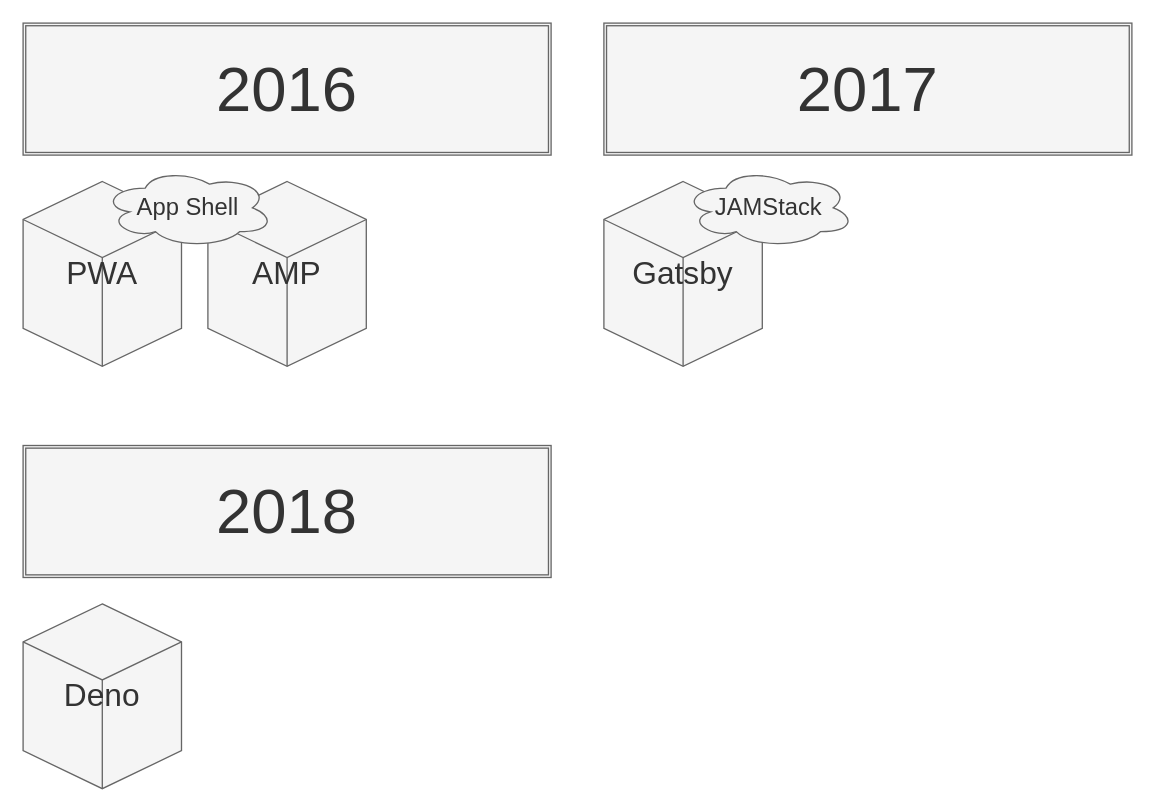
Above: assets/images/drawio/02_history_of_frontend_software_3.drawio in silverbirder/Introduction_to_Micro_Frontends (draw.io), before the change. Source tidied: cells renumbered, new cells numbered last; positions are measured from the earlier drawing's top-left corner, leaving out a move shared by most shapes. Both pictures are drawn from the tidied source at 132%, with x=0, y=0 at pixel (22, 22).
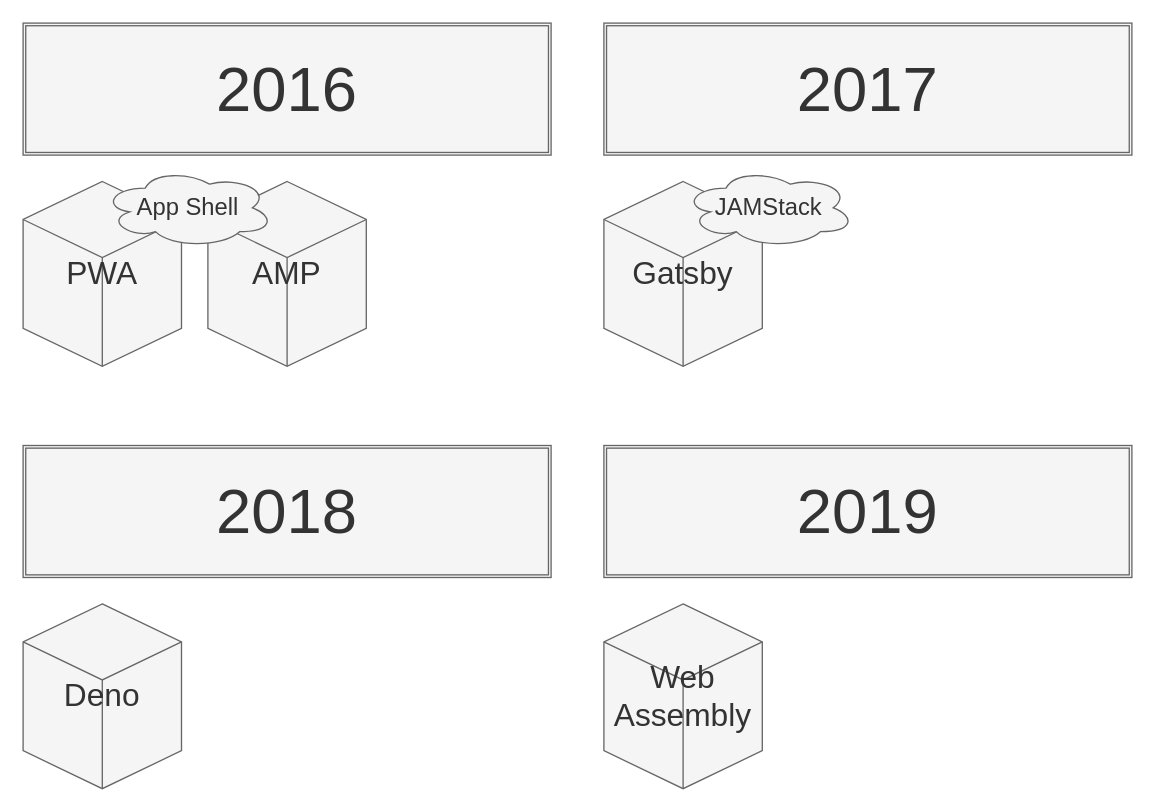
The same diagram, later.

The edit, as a diff of the source:
```diff
@@
 <mxGraphModel>
   <root>
     <mxCell id="0" />
     <mxCell id="1" parent="0" />
     <mxCell id="2" value="&lt;font style=&quot;font-size: 48px&quot;&gt;2016&lt;/font&gt;" style="shape=ext;double=1;rounded=0;whiteSpace=wrap;html=1;shadow=0;sketch=0;fillColor=#f5f5f5;strokeColor=#666666;fontColor=#333333;" parent="1" vertex="1">
       <mxGeometry width="400" height="100" as="geometry" />
     </mxCell>
     <mxCell id="3" value="&lt;font style=&quot;font-size: 24px&quot;&gt;PWA&lt;/font&gt;" style="html=1;whiteSpace=wrap;shape=isoCube2;backgroundOutline=1;isoAngle=15;shadow=0;sketch=0;fillColor=#f5f5f5;strokeColor=#666666;fontColor=#333333;" parent="1" vertex="1">
       <mxGeometry y="120" width="120" height="140" as="geometry" />
     </mxCell>
     <mxCell id="4" value="&lt;font style=&quot;font-size: 24px&quot;&gt;AMP&lt;/font&gt;" style="html=1;whiteSpace=wrap;shape=isoCube2;backgroundOutline=1;isoAngle=15;shadow=0;sketch=0;fillColor=#f5f5f5;strokeColor=#666666;fontColor=#333333;" parent="1" vertex="1">
       <mxGeometry x="140" y="120" width="120" height="140" as="geometry" />
     </mxCell>
     <mxCell id="5" value="&lt;font style=&quot;font-size: 18px&quot;&gt;App Shell&lt;/font&gt;" style="ellipse;shape=cloud;whiteSpace=wrap;html=1;shadow=0;sketch=0;fillColor=#f5f5f5;align=center;strokeColor=#666666;fontColor=#333333;" parent="1" vertex="1">
       <mxGeometry x="60" y="110" width="130" height="60" as="geometry" />
     </mxCell>
     <mxCell id="6" value="&lt;font style=&quot;font-size: 48px&quot;&gt;2017&lt;/font&gt;" style="shape=ext;double=1;rounded=0;whiteSpace=wrap;html=1;shadow=0;sketch=0;fillColor=#f5f5f5;strokeColor=#666666;fontColor=#333333;" parent="1" vertex="1">
       <mxGeometry x="440" width="400" height="100" as="geometry" />
     </mxCell>
     <mxCell id="7" value="&lt;font style=&quot;font-size: 24px&quot;&gt;Gatsby&lt;/font&gt;" style="html=1;whiteSpace=wrap;shape=isoCube2;backgroundOutline=1;isoAngle=15;shadow=0;sketch=0;fillColor=#f5f5f5;strokeColor=#666666;fontColor=#333333;" parent="1" vertex="1">
       <mxGeometry x="440" y="120" width="120" height="140" as="geometry" />
     </mxCell>
     <mxCell id="8" value="&lt;font style=&quot;font-size: 18px&quot;&gt;JAMStack&lt;/font&gt;" style="ellipse;shape=cloud;whiteSpace=wrap;html=1;shadow=0;sketch=0;fillColor=#f5f5f5;align=center;strokeColor=#666666;fontColor=#333333;" parent="1" vertex="1">
       <mxGeometry x="500" y="110" width="130" height="60" as="geometry" />
     </mxCell>
     <mxCell id="9" value="&lt;font style=&quot;font-size: 48px&quot;&gt;2018&lt;/font&gt;" style="shape=ext;double=1;rounded=0;whiteSpace=wrap;html=1;shadow=0;sketch=0;fillColor=#f5f5f5;strokeColor=#666666;fontColor=#333333;" parent="1" vertex="1">
       <mxGeometry y="320" width="400" height="100" as="geometry" />
     </mxCell>
     <mxCell id="10" value="&lt;font style=&quot;font-size: 24px&quot;&gt;Deno&lt;/font&gt;" style="html=1;whiteSpace=wrap;shape=isoCube2;backgroundOutline=1;isoAngle=15;shadow=0;sketch=0;fillColor=#f5f5f5;strokeColor=#666666;fontColor=#333333;" parent="1" vertex="1">
       <mxGeometry y="440" width="120" height="140" as="geometry" />
     </mxCell>
+    <mxCell id="11" value="&lt;font style=&quot;font-size: 48px&quot;&gt;2019&lt;/font&gt;" style="shape=ext;double=1;rounded=0;whiteSpace=wrap;html=1;shadow=0;sketch=0;fillColor=#f5f5f5;strokeColor=#666666;fontColor=#333333;" parent="1" vertex="1">
+      <mxGeometry x="440" y="320" width="400" height="100" as="geometry" />
+    </mxCell>
+    <mxCell id="12" value="&lt;font style=&quot;font-size: 24px&quot;&gt;Web&lt;br&gt;Assembly&lt;/font&gt;" style="html=1;whiteSpace=wrap;shape=isoCube2;backgroundOutline=1;isoAngle=15;shadow=0;sketch=0;fillColor=#f5f5f5;strokeColor=#666666;fontColor=#333333;" parent="1" vertex="1">
+      <mxGeometry x="440" y="440" width="120" height="140" as="geometry" />
+    </mxCell>
   </root>
 </mxGraphModel>
```
